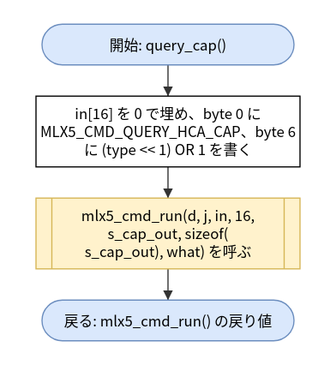
hf355051012-ai/bfmem keeps this draw.io diagram as doc/spec/images/flow_src_mlx5_hca-query_cap.drawio.svg. Above is the earlier version. Source tidied: cells renumbered, new cells last; positions are measured from the earlier drawing's top-left corner, leaving out a move shared by most shapes.
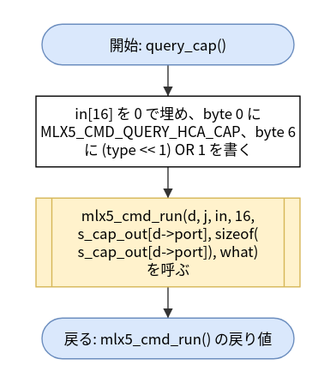
The same diagram one commit later.

What changed in the source:
```diff
@@ -8,11 +8,11 @@
     <mxCell id="3" value="in[16] を 0 で埋め、byte 0 に&lt;br&gt;MLX5_CMD_QUERY_HCA_CAP、byte 6&lt;br&gt;に (type &amp;lt;&amp;lt; 1) OR 1 を書く" style="rounded=0;whiteSpace=wrap;html=1;" parent="1" vertex="1">
       <mxGeometry y="60" width="220" height="59" as="geometry" />
     </mxCell>
-    <mxCell id="4" value="mlx5_cmd_run(d, j, in, 16,&lt;br&gt;s_cap_out, sizeof(&lt;br&gt;s_cap_out), what) を呼ぶ" style="shape=process;whiteSpace=wrap;html=1;backgroundOutline=1;size=0.06;fillColor=#fff2cc;strokeColor=#d6b656;" parent="1" vertex="1">
-      <mxGeometry y="145" width="220" height="59" as="geometry" />
+    <mxCell id="4" value="mlx5_cmd_run(d, j, in, 16,&lt;br&gt;s_cap_out[d-&amp;gt;port], sizeof(&lt;br&gt;s_cap_out[d-&amp;gt;port]), what)&lt;br&gt;を呼ぶ" style="shape=process;whiteSpace=wrap;html=1;backgroundOutline=1;size=0.06;fillColor=#fff2cc;strokeColor=#d6b656;" parent="1" vertex="1">
+      <mxGeometry y="145" width="220" height="74" as="geometry" />
     </mxCell>
     <mxCell id="5" value="戻る: mlx5_cmd_run() の戻り値" style="rounded=1;arcSize=50;whiteSpace=wrap;html=1;fillColor=#dae8fc;strokeColor=#6c8ebf;" parent="1" vertex="1">
-      <mxGeometry x="5" y="230" width="210" height="34" as="geometry" />
+      <mxGeometry x="5" y="245" width="210" height="34" as="geometry" />
     </mxCell>
     <mxCell id="6" style="edgeStyle=none;html=1;rounded=0;endArrow=block;endFill=1;exitX=0.5000;exitY=1.0000;exitDx=0;exitDy=0;exitPerimeter=0;entryX=0.5000;entryY=0.0000;entryDx=0;entryDy=0;entryPerimeter=0;" parent="1" edge="1" source="2" target="3">
       <mxGeometry relative="1" as="geometry" />
```
